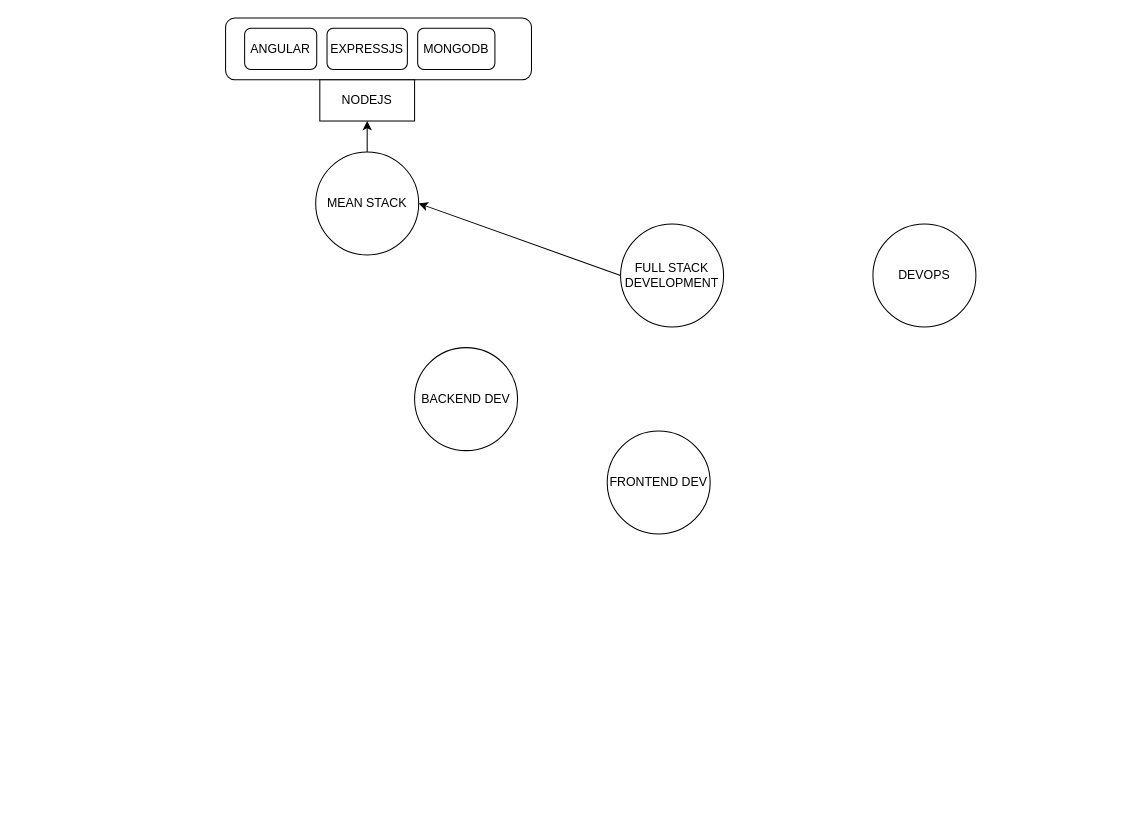
The draw.io diagram Full Stack Development.drawio in ricardojavister/diagram, before the edit. Source tidied: cells renumbered, new cells numbered last; positions are measured from the earlier drawing's top-left corner, leaving out a move shared by most shapes. Both pictures are drawn from the tidied source at 103%, with x=0, y=0 at pixel (226, 18).
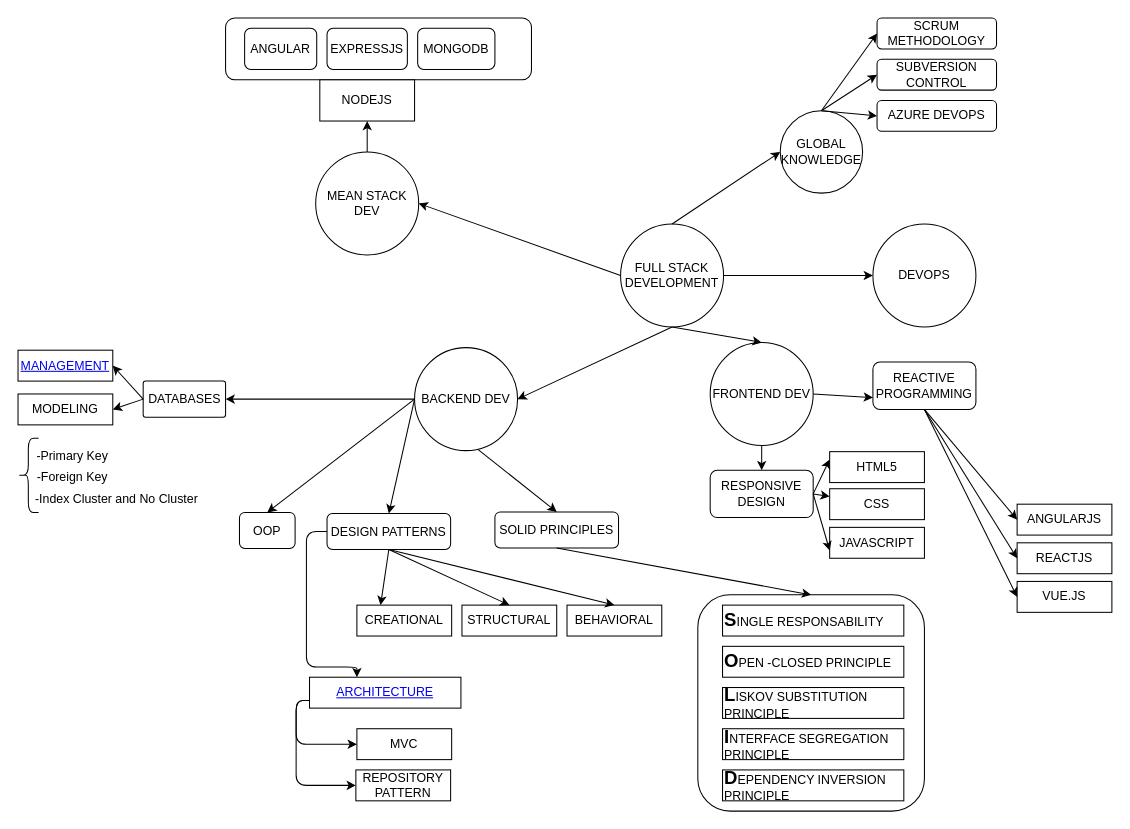
After the change.

Unchanged cells that the change refers to:
```xml
<mxCell id="3" value="FULL STACK DEVELOPMENT" style="ellipse;whiteSpace=wrap;html=1;" parent="1" vertex="1">
  <mxGeometry x="383" y="200" width="100" height="100" as="geometry" />
</mxCell>
<mxCell id="5" value="DEVOPS" style="ellipse;whiteSpace=wrap;html=1;" parent="1" vertex="1">
  <mxGeometry x="628" y="200" width="100" height="100" as="geometry" />
</mxCell>
<mxCell id="12" value="BACKEND DEV" style="ellipse;whiteSpace=wrap;html=1;" parent="1" vertex="1">
  <mxGeometry x="183" y="320" width="100" height="100" as="geometry" />
</mxCell>
```

Change to the diagram source:
```diff
@@
+    <mxCell id="14" style="rounded=1;whiteSpace=wrap;html=1;align=left;" parent="1" vertex="1">
+      <mxGeometry x="458" y="560" width="220" height="210" as="geometry" />
+    </mxCell>
+    <mxCell id="15" style="endArrow=classic;html=1;exitX=0;exitY=0.5;exitDx=0;exitDy=0;entryX=0.5;entryY=0;entryDx=0;entryDy=0;" parent="1" edge="1" source="12" target="34">
+      <mxGeometry relative="1" as="geometry" />
+    </mxCell>
@@
-    <mxCell id="4" value="MEAN STACK" style="ellipse;whiteSpace=wrap;html=1;" parent="1" vertex="1">
+    <mxCell id="4" value="MEAN STACK DEV" style="ellipse;whiteSpace=wrap;html=1;" parent="1" vertex="1">
       <mxGeometry x="87" y="130" width="100" height="100" as="geometry" />
     </mxCell>
@@
     <mxCell id="13" value="FRONTEND DEV" style="ellipse;whiteSpace=wrap;html=1;" parent="1" vertex="1">
-      <mxGeometry x="370" y="401" width="100" height="100" as="geometry" />
+      <mxGeometry x="470" y="315" width="100" height="100" as="geometry" />
     </mxCell>
+    <mxCell id="16" style="endArrow=classic;html=1;exitX=0.5;exitY=1;exitDx=0;exitDy=0;entryX=1;entryY=0.5;entryDx=0;entryDy=0;" parent="1" edge="1" source="3" target="12">
+      <mxGeometry relative="1" as="geometry" />
+    </mxCell>
+    <mxCell id="17" style="endArrow=classic;html=1;exitX=0.5;exitY=1;exitDx=0;exitDy=0;entryX=0.5;entryY=0;entryDx=0;entryDy=0;" parent="1" edge="1" source="3" target="13">
+      <mxGeometry relative="1" as="geometry" />
+    </mxCell>
+    <mxCell id="18" value="OOP" style="rounded=1;whiteSpace=wrap;html=1;" parent="1" vertex="1">
+      <mxGeometry x="13" y="480" width="54" height="35" as="geometry" />
+    </mxCell>
+    <mxCell id="19" value="DESIGN PATTERNS" style="rounded=1;whiteSpace=wrap;html=1;" parent="1" vertex="1">
+      <mxGeometry x="98" y="481" width="120" height="35" as="geometry" />
+    </mxCell>
+    <mxCell id="20" value="CREATIONAL" style="rounded=0;whiteSpace=wrap;html=1;" parent="1" vertex="1">
+      <mxGeometry x="127" y="570" width="92" height="30" as="geometry" />
+    </mxCell>
+    <mxCell id="21" value="STRUCTURAL" style="rounded=0;whiteSpace=wrap;html=1;" parent="1" vertex="1">
+      <mxGeometry x="229" y="570" width="92" height="30" as="geometry" />
+    </mxCell>
+    <mxCell id="22" value="BEHAVIORAL" style="rounded=0;whiteSpace=wrap;html=1;" parent="1" vertex="1">
+      <mxGeometry x="331" y="570" width="92" height="30" as="geometry" />
+    </mxCell>
+    <mxCell id="23" style="endArrow=classic;html=1;exitX=0.5;exitY=1;exitDx=0;exitDy=0;entryX=0.25;entryY=0;entryDx=0;entryDy=0;" parent="1" edge="1" source="19" target="20">
+      <mxGeometry relative="1" as="geometry" />
+    </mxCell>
+    <mxCell id="24" style="endArrow=classic;html=1;exitX=0.5;exitY=1;exitDx=0;exitDy=0;entryX=0.5;entryY=0;entryDx=0;entryDy=0;" parent="1" edge="1" source="19" target="21">
+      <mxGeometry relative="1" as="geometry" />
+    </mxCell>
+    <mxCell id="25" style="endArrow=classic;html=1;exitX=0.5;exitY=1;exitDx=0;exitDy=0;entryX=0.5;entryY=0;entryDx=0;entryDy=0;" parent="1" edge="1" source="19" target="22">
+      <mxGeometry relative="1" as="geometry" />
+    </mxCell>
+    <mxCell id="26" style="edgeStyle=segmentEdgeStyle;endArrow=classic;html=1;exitX=0;exitY=0.5;exitDx=0;exitDy=0;" parent="1" edge="1" source="19" target="27">
+      <mxGeometry relative="1" as="geometry">
+        <Array as="points">
+          <mxPoint x="78" y="498" />
+          <mxPoint x="78" y="630" />
+          <mxPoint x="127" y="630" />
+        </Array>
+      </mxGeometry>
+    </mxCell>
+    <mxCell id="27" value="&lt;a href=&quot;https://medium.com/@maniakhitoccori/los-10-patrones-comunes-de-arquitectura-de-software-d8b9047edf0b&quot;&gt;ARCHITECTURE&lt;/a&gt;" style="rounded=0;whiteSpace=wrap;html=1;" parent="1" vertex="1">
+      <mxGeometry x="81" y="640" width="147" height="30" as="geometry" />
+    </mxCell>
+    <mxCell id="28" value="MVC" style="rounded=0;whiteSpace=wrap;html=1;" parent="1" vertex="1">
+      <mxGeometry x="127" y="690" width="92" height="30" as="geometry" />
+    </mxCell>
+    <mxCell id="29" value="REPOSITORY PATTERN" style="rounded=0;whiteSpace=wrap;html=1;" parent="1" vertex="1">
+      <mxGeometry x="126" y="730" width="92" height="30" as="geometry" />
+    </mxCell>
+    <mxCell id="30" style="endArrow=classic;html=1;exitX=0;exitY=0.5;exitDx=0;exitDy=0;entryX=0.5;entryY=0;entryDx=0;entryDy=0;" parent="1" edge="1" source="12" target="18">
+      <mxGeometry relative="1" as="geometry" />
+    </mxCell>
+    <mxCell id="31" style="endArrow=classic;html=1;exitX=0;exitY=0.5;exitDx=0;exitDy=0;entryX=0.5;entryY=0;entryDx=0;entryDy=0;" parent="1" edge="1" source="12" target="19">
+      <mxGeometry relative="1" as="geometry" />
+    </mxCell>
+    <mxCell id="32" style="edgeStyle=elbowEdgeStyle;elbow=horizontal;endArrow=classic;html=1;exitX=0;exitY=0.75;exitDx=0;exitDy=0;entryX=0;entryY=0.5;entryDx=0;entryDy=0;" parent="1" edge="1" source="27" target="28">
+      <mxGeometry relative="1" as="geometry">
+        <Array as="points">
+          <mxPoint x="68" y="690" />
+        </Array>
+      </mxGeometry>
+    </mxCell>
+    <mxCell id="33" style="edgeStyle=elbowEdgeStyle;elbow=horizontal;endArrow=classic;html=1;exitX=0;exitY=0.75;exitDx=0;exitDy=0;entryX=0;entryY=0.5;entryDx=0;entryDy=0;" parent="1" edge="1" source="27" target="29">
+      <mxGeometry relative="1" as="geometry">
+        <Array as="points">
+          <mxPoint x="68" y="700" />
+        </Array>
+      </mxGeometry>
+    </mxCell>
+    <mxCell id="34" value="SOLID PRINCIPLES" style="rounded=1;whiteSpace=wrap;html=1;" parent="1" vertex="1">
+      <mxGeometry x="261" y="479.5" width="120" height="35" as="geometry" />
+    </mxCell>
+    <mxCell id="35" value="&lt;b&gt;&lt;font style=&quot;font-size: 18px&quot;&gt;S&lt;/font&gt;&lt;/b&gt;INGLE RESPONSABILITY" style="rounded=0;whiteSpace=wrap;html=1;align=left;" parent="1" vertex="1">
+      <mxGeometry x="482" y="570" width="176" height="30" as="geometry" />
+    </mxCell>
+    <mxCell id="36" value="&lt;b&gt;&lt;font style=&quot;font-size: 18px&quot;&gt;O&lt;/font&gt;&lt;/b&gt;PEN -CLOSED PRINCIPLE" style="rounded=0;whiteSpace=wrap;html=1;align=left;" parent="1" vertex="1">
+      <mxGeometry x="482" y="610" width="176" height="30" as="geometry" />
+    </mxCell>
+    <mxCell id="37" value="&lt;span style=&quot;font-size: 18px&quot;&gt;&lt;b&gt;L&lt;/b&gt;&lt;/span&gt;ISKOV SUBSTITUTION PRINCIPLE" style="rounded=0;whiteSpace=wrap;html=1;align=left;" parent="1" vertex="1">
+      <mxGeometry x="482" y="650" width="176" height="30" as="geometry" />
+    </mxCell>
+    <mxCell id="38" value="&lt;span style=&quot;font-size: 18px&quot;&gt;&lt;b&gt;I&lt;/b&gt;&lt;/span&gt;NTERFACE SEGREGATION PRINCIPLE" style="rounded=0;whiteSpace=wrap;html=1;align=left;" parent="1" vertex="1">
+      <mxGeometry x="482" y="690" width="176" height="30" as="geometry" />
+    </mxCell>
+    <mxCell id="39" value="&lt;span style=&quot;font-size: 18px&quot;&gt;&lt;b&gt;D&lt;/b&gt;&lt;/span&gt;EPENDENCY INVERSION PRINCIPLE" style="rounded=0;whiteSpace=wrap;html=1;align=left;" parent="1" vertex="1">
+      <mxGeometry x="482" y="730" width="176" height="30" as="geometry" />
+    </mxCell>
+    <mxCell id="40" style="endArrow=classic;html=1;exitX=0.5;exitY=1;exitDx=0;exitDy=0;entryX=0.5;entryY=0;entryDx=0;entryDy=0;" parent="1" edge="1" source="34" target="14">
+      <mxGeometry relative="1" as="geometry" />
+    </mxCell>
+    <mxCell id="41" value="DATABASES" style="rounded=1;whiteSpace=wrap;html=1;arcSize=7;" parent="1" vertex="1">
+      <mxGeometry x="-80.5" y="352.5" width="80" height="35" as="geometry" />
+    </mxCell>
+    <mxCell id="42" style="endArrow=classic;html=1;exitX=0;exitY=0.5;exitDx=0;exitDy=0;entryX=1;entryY=0.5;entryDx=0;entryDy=0;" parent="1" edge="1" source="12" target="41">
+      <mxGeometry relative="1" as="geometry" />
+    </mxCell>
+    <mxCell id="43" value="&lt;a href=&quot;https://www.geeksforgeeks.org/sql-ddl-dql-dml-dcl-tcl-commands/&quot;&gt;MANAGEMENT&lt;/a&gt;" style="rounded=0;whiteSpace=wrap;html=1;" parent="1" vertex="1">
+      <mxGeometry x="-202" y="322.5" width="92" height="30" as="geometry" />
+    </mxCell>
+    <mxCell id="44" value="MODELING" style="rounded=0;whiteSpace=wrap;html=1;" parent="1" vertex="1">
+      <mxGeometry x="-202" y="365" width="92" height="30" as="geometry" />
+    </mxCell>
+    <mxCell id="45" style="endArrow=classic;html=1;exitX=0;exitY=0.5;exitDx=0;exitDy=0;entryX=1;entryY=0.5;entryDx=0;entryDy=0;" parent="1" edge="1" source="41" target="43">
+      <mxGeometry relative="1" as="geometry" />
+    </mxCell>
+    <mxCell id="46" style="endArrow=classic;html=1;exitX=0;exitY=0.5;exitDx=0;exitDy=0;entryX=1;entryY=0.5;entryDx=0;entryDy=0;" parent="1" edge="1" source="41" target="44">
+      <mxGeometry relative="1" as="geometry" />
+    </mxCell>
+    <mxCell id="47" style="shape=curlyBracket;whiteSpace=wrap;html=1;rounded=1;align=left;" parent="1" vertex="1">
+      <mxGeometry x="-202" y="408" width="20" height="72" as="geometry" />
+    </mxCell>
+    <mxCell id="48" value="-Primary Key" style="text;html=1;strokeColor=none;fillColor=none;align=center;verticalAlign=middle;whiteSpace=wrap;rounded=0;" parent="1" vertex="1">
+      <mxGeometry x="-191" y="416" width="84" height="20" as="geometry" />
+    </mxCell>
+    <mxCell id="49" value="-Foreign Key" style="text;html=1;strokeColor=none;fillColor=none;align=center;verticalAlign=middle;whiteSpace=wrap;rounded=0;" parent="1" vertex="1">
+      <mxGeometry x="-191" y="436" width="84" height="20" as="geometry" />
+    </mxCell>
+    <mxCell id="50" value="-Index Cluster and No Cluster" style="text;html=1;strokeColor=none;fillColor=none;align=center;verticalAlign=middle;whiteSpace=wrap;rounded=0;" parent="1" vertex="1">
+      <mxGeometry x="-191" y="457" width="170" height="20" as="geometry" />
+    </mxCell>
+    <mxCell id="51" value="REACTIVE PROGRAMMING" style="rounded=1;whiteSpace=wrap;html=1;align=center;" parent="1" vertex="1">
+      <mxGeometry x="628" y="334" width="100" height="46" as="geometry" />
+    </mxCell>
+    <mxCell id="52" style="endArrow=classic;html=1;exitX=1;exitY=0.5;exitDx=0;exitDy=0;entryX=0;entryY=0.75;entryDx=0;entryDy=0;" parent="1" edge="1" source="13" target="51">
+      <mxGeometry relative="1" as="geometry" />
+    </mxCell>
+    <mxCell id="53" value="ANGULARJS" style="rounded=0;whiteSpace=wrap;html=1;" parent="1" vertex="1">
+      <mxGeometry x="768" y="472" width="92" height="30" as="geometry" />
+    </mxCell>
+    <mxCell id="54" value="REACTJS" style="rounded=0;whiteSpace=wrap;html=1;" parent="1" vertex="1">
+      <mxGeometry x="768" y="509.5" width="92" height="30" as="geometry" />
+    </mxCell>
+    <mxCell id="55" value="VUE.JS" style="rounded=0;whiteSpace=wrap;html=1;" parent="1" vertex="1">
+      <mxGeometry x="768" y="547" width="92" height="30" as="geometry" />
+    </mxCell>
+    <mxCell id="56" style="endArrow=classic;html=1;exitX=0.5;exitY=1;exitDx=0;exitDy=0;entryX=0;entryY=0.5;entryDx=0;entryDy=0;" parent="1" edge="1" source="51" target="53">
+      <mxGeometry relative="1" as="geometry" />
+    </mxCell>
+    <mxCell id="57" style="endArrow=classic;html=1;exitX=0.5;exitY=1;exitDx=0;exitDy=0;entryX=0;entryY=0.5;entryDx=0;entryDy=0;" parent="1" edge="1" source="51" target="54">
+      <mxGeometry relative="1" as="geometry" />
+    </mxCell>
+    <mxCell id="58" style="endArrow=classic;html=1;exitX=0.5;exitY=1;exitDx=0;exitDy=0;entryX=0;entryY=0.5;entryDx=0;entryDy=0;" parent="1" edge="1" source="51" target="55">
+      <mxGeometry relative="1" as="geometry" />
+    </mxCell>
+    <mxCell id="59" value="RESPONSIVE DESIGN" style="rounded=1;whiteSpace=wrap;html=1;align=center;" parent="1" vertex="1">
+      <mxGeometry x="470" y="439" width="100" height="46" as="geometry" />
+    </mxCell>
+    <mxCell id="60" style="endArrow=classic;html=1;exitX=0.5;exitY=1;exitDx=0;exitDy=0;" parent="1" edge="1" source="13" target="59">
+      <mxGeometry relative="1" as="geometry" />
+    </mxCell>
+    <mxCell id="61" value="HTML5" style="rounded=0;whiteSpace=wrap;html=1;" parent="1" vertex="1">
+      <mxGeometry x="586" y="421" width="92" height="30" as="geometry" />
+    </mxCell>
+    <mxCell id="62" value="CSS" style="rounded=0;whiteSpace=wrap;html=1;" parent="1" vertex="1">
+      <mxGeometry x="586" y="457" width="92" height="30" as="geometry" />
+    </mxCell>
+    <mxCell id="63" value="JAVASCRIPT" style="rounded=0;whiteSpace=wrap;html=1;" parent="1" vertex="1">
+      <mxGeometry x="586" y="494.5" width="92" height="30" as="geometry" />
+    </mxCell>
+    <mxCell id="64" style="endArrow=classic;html=1;exitX=1;exitY=0.5;exitDx=0;exitDy=0;entryX=0;entryY=0.75;entryDx=0;entryDy=0;" parent="1" edge="1" source="59" target="63">
+      <mxGeometry relative="1" as="geometry" />
+    </mxCell>
+    <mxCell id="65" style="endArrow=classic;html=1;exitX=1;exitY=0.5;exitDx=0;exitDy=0;entryX=0;entryY=0.25;entryDx=0;entryDy=0;" parent="1" edge="1" source="59" target="62">
+      <mxGeometry relative="1" as="geometry" />
+    </mxCell>
+    <mxCell id="66" style="endArrow=classic;html=1;exitX=1;exitY=0.5;exitDx=0;exitDy=0;entryX=0;entryY=0.25;entryDx=0;entryDy=0;" parent="1" edge="1" source="59" target="61">
+      <mxGeometry relative="1" as="geometry" />
+    </mxCell>
+    <mxCell id="67" style="endArrow=classic;html=1;exitX=1;exitY=0.5;exitDx=0;exitDy=0;" parent="1" edge="1" source="3" target="5">
+      <mxGeometry relative="1" as="geometry" />
+    </mxCell>
+    <mxCell id="68" value="GLOBAL KNOWLEDGE" style="ellipse;whiteSpace=wrap;html=1;align=center;" parent="1" vertex="1">
+      <mxGeometry x="538" y="90" width="80" height="80" as="geometry" />
+    </mxCell>
+    <mxCell id="69" style="endArrow=classic;html=1;exitX=0.5;exitY=0;exitDx=0;exitDy=0;entryX=0;entryY=0.5;entryDx=0;entryDy=0;" parent="1" edge="1" source="3" target="68">
+      <mxGeometry relative="1" as="geometry" />
+    </mxCell>
+    <mxCell id="70" value="SCRUM METHODOLOGY" style="rounded=1;whiteSpace=wrap;html=1;align=center;" parent="1" vertex="1">
+      <mxGeometry x="632" width="116" height="30" as="geometry" />
+    </mxCell>
+    <mxCell id="71" value="SUBVERSION CONTROL" style="rounded=1;whiteSpace=wrap;html=1;align=center;" parent="1" vertex="1">
+      <mxGeometry x="632" y="40" width="116" height="30" as="geometry" />
+    </mxCell>
+    <mxCell id="72" style="endArrow=classic;html=1;exitX=0.5;exitY=0;exitDx=0;exitDy=0;entryX=0;entryY=0.5;entryDx=0;entryDy=0;" parent="1" edge="1" source="68" target="70">
+      <mxGeometry relative="1" as="geometry" />
+    </mxCell>
+    <mxCell id="73" style="endArrow=classic;html=1;exitX=0.5;exitY=0;exitDx=0;exitDy=0;entryX=0;entryY=0.5;entryDx=0;entryDy=0;" parent="1" edge="1" source="68" target="71">
+      <mxGeometry relative="1" as="geometry" />
+    </mxCell>
+    <mxCell id="74" value="AZURE DEVOPS" style="rounded=1;whiteSpace=wrap;html=1;align=center;" parent="1" vertex="1">
+      <mxGeometry x="632" y="80" width="116" height="30" as="geometry" />
+    </mxCell>
+    <mxCell id="75" style="endArrow=classic;html=1;exitX=0.5;exitY=0;exitDx=0;exitDy=0;entryX=0;entryY=0.5;entryDx=0;entryDy=0;" parent="1" edge="1" source="68" target="74">
+      <mxGeometry relative="1" as="geometry" />
+    </mxCell>
```
